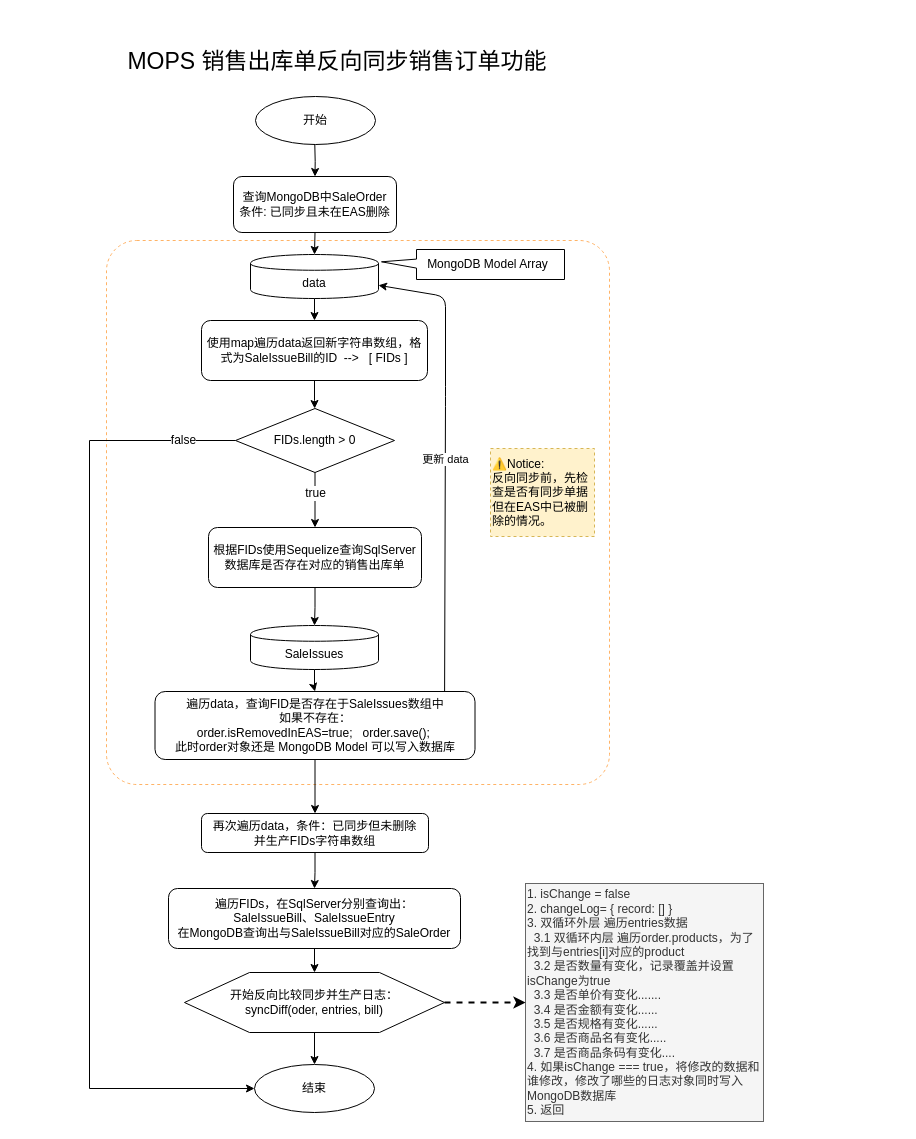
The draw.io diagram MOPS-反向同步订单.drawio in szy0syz/draw.io, before the edit. Source tidied: cells renumbered, new cells numbered last; positions are measured from the earlier drawing's top-left corner, leaving out a move shared by most shapes. Both pictures are drawn from the tidied source at 100%, with x=0, y=0 at pixel (17, 17).
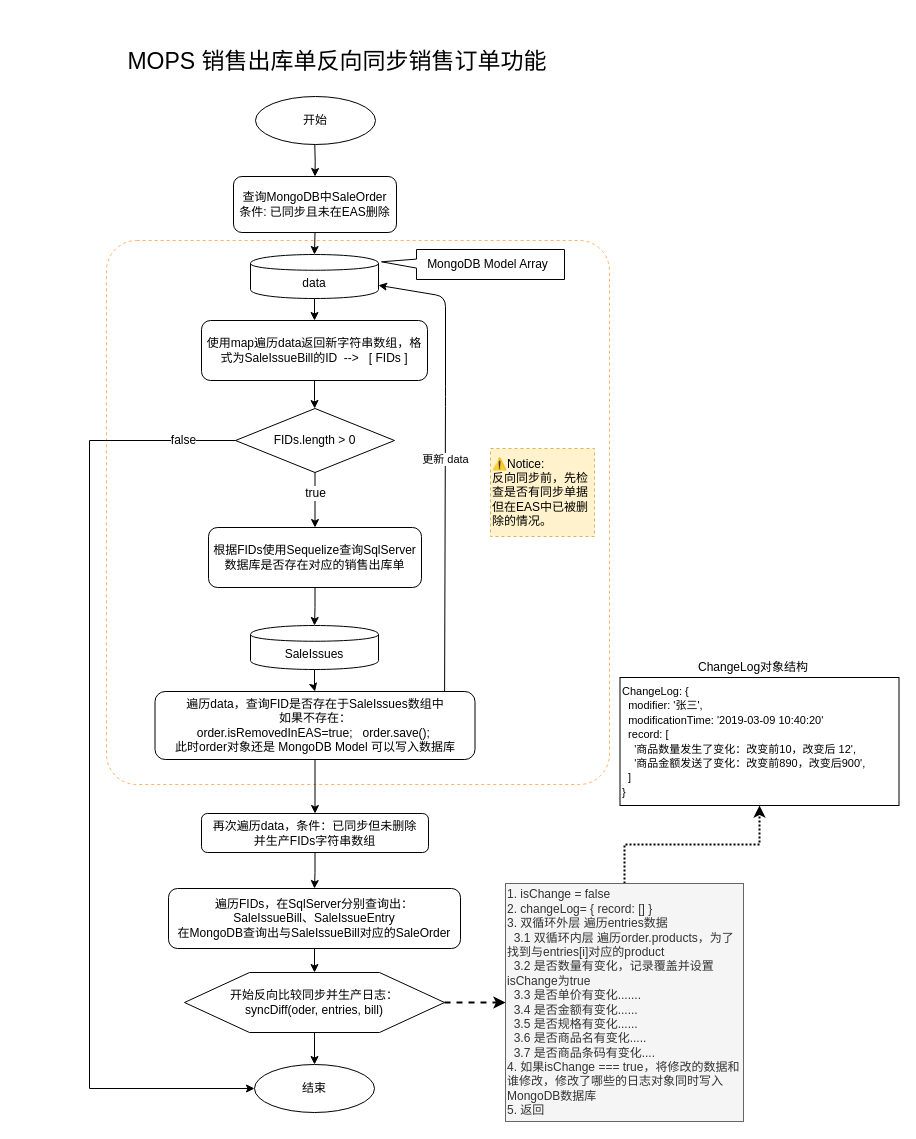
After the change.

Commit message (it also covers changes not shown here):
更新MOPS-反向同步订单.drawio

What changed in the source:
```diff
@@
+    <mxCell id="35" style="edgeStyle=orthogonalEdgeStyle;rounded=0;jettySize=auto;html=1;dashed=1;strokeWidth=2;dashPattern=1 1;" parent="1" edge="1" source="32" target="37">
+      <mxGeometry relative="1" as="geometry" />
+    </mxCell>
     <mxCell id="32" value="1. isChange = false&lt;br&gt;2.&amp;nbsp;&lt;span&gt;changeLog&lt;/span&gt;&lt;span&gt;=&lt;/span&gt;&lt;span&gt; { &lt;/span&gt;&lt;span&gt;record&lt;/span&gt;&lt;span&gt;:&lt;/span&gt;&lt;span&gt; [] }&lt;br&gt;3. 双循环外层 遍历entries数据&lt;br&gt;&amp;nbsp; 3.1 双循环内层 遍历order.products，为了找到与entries[i]对应的product&lt;br&gt;&amp;nbsp; 3.2 是否数量有变化，记录覆盖并设置&lt;/span&gt;isChange为true&lt;br&gt;&lt;span&gt;&amp;nbsp; 3.3 是否单价有变化.......&lt;br&gt;&amp;nbsp; 3.4 是否金额有变化......&lt;br&gt;&amp;nbsp; 3.5 是否规格有变化......&lt;br&gt;&amp;nbsp; 3.6 是否商品名有变化.....&lt;br&gt;&amp;nbsp; 3.7 是否商品条码有变化....&lt;br&gt;4. 如果isChange === true，将修改的数据和谁修改，修改了哪些的日志对象同时写入MongoDB数据库&lt;br&gt;5. 返回&lt;br&gt;&lt;/span&gt;" style="whiteSpace=wrap;html=1;strokeColor=#666666;fillColor=#f5f5f5;align=left;fontColor=#333333;" parent="1" vertex="1">
-      <mxGeometry x="508" y="866" width="238" height="238" as="geometry" />
+      <mxGeometry x="488" y="866" width="238" height="238" as="geometry" />
     </mxCell>
@@
+    <mxCell id="36" style="group;" parent="1" vertex="1">
+      <mxGeometry x="602.5" y="640" width="279" height="148" as="geometry" />
+    </mxCell>
+    <mxCell id="37" value="&lt;font style=&quot;font-size: 11px&quot;&gt;ChangeLog: {&lt;br style=&quot;font-size: 11px&quot;&gt;&amp;nbsp;&amp;nbsp;&lt;span style=&quot;font-size: 11px&quot;&gt;modifier: '张三',&lt;br style=&quot;font-size: 11px&quot;&gt;&lt;/span&gt;&amp;nbsp;&amp;nbsp;&lt;span style=&quot;font-size: 11px&quot;&gt;modificationTime: '2019-03-09 10:40:20'&lt;/span&gt;&lt;br style=&quot;font-size: 11px&quot;&gt;&amp;nbsp; record: [&lt;br&gt;&amp;nbsp; &amp;nbsp; '商品数量发生了变化：改变前10，改变后 12',&lt;br&gt;&amp;nbsp; &amp;nbsp; '商品金额发送了变化：改变前890，改变后900',&lt;br&gt;&amp;nbsp; ]&lt;br&gt;}&lt;/font&gt;&lt;br&gt;" style="rounded=1;whiteSpace=wrap;html=1;strokeColor=#000000;fillColor=none;align=left;arcSize=0;" parent="36" vertex="1">
+      <mxGeometry y="20" width="279" height="128" as="geometry" />
+    </mxCell>
+    <mxCell id="38" value="ChangeLog对象结构" style="text;html=1;align=left;verticalAlign=top;spacingTop=-4;" parent="36" vertex="1">
+      <mxGeometry x="76" width="124" height="16" as="geometry" />
+    </mxCell>
```
